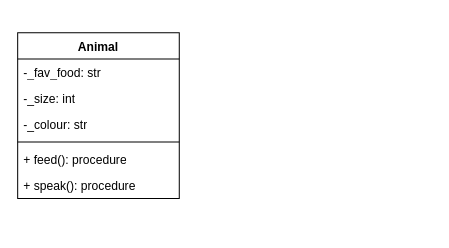
The draw.io diagram Notes/ANIMALCLASS.drawio in vandorena/Computer-Science-A-Level, before the edit. Source tidied: cells renumbered, new cells numbered last; positions are measured from the earlier drawing's top-left corner, leaving out a move shared by most shapes. Both pictures are drawn from the tidied source at 101%, with x=0, y=0 at pixel (17, 32).
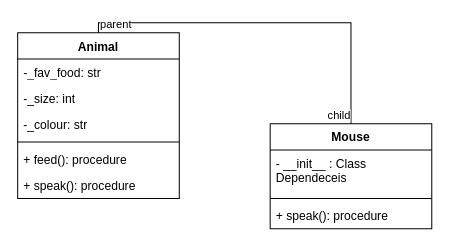
The same page after the edit.

Diff of the diagram source:
```diff
@@
 <mxGraphModel>
   <root>
     <mxCell id="0" />
     <mxCell id="1" parent="0" />
     <mxCell id="2" value="Animal" style="swimlane;fontStyle=1;align=center;verticalAlign=top;horizontal=1;startSize=26;whiteSpace=wrap;html=1;" parent="1" vertex="1">
       <mxGeometry width="160" height="164" as="geometry" />
     </mxCell>
     <mxCell id="3" value="-_fav_food: str" style="text;strokeColor=none;fillColor=none;align=left;verticalAlign=top;spacingLeft=4;spacingRight=4;overflow=hidden;whiteSpace=wrap;html=1;" parent="2" vertex="1">
       <mxGeometry y="26" width="160" height="26" as="geometry" />
     </mxCell>
     <mxCell id="4" value="-_size: int" style="text;strokeColor=none;fillColor=none;align=left;verticalAlign=top;spacingLeft=4;spacingRight=4;overflow=hidden;whiteSpace=wrap;html=1;" parent="2" vertex="1">
       <mxGeometry y="52" width="160" height="26" as="geometry" />
     </mxCell>
     <mxCell id="5" value="-_colour: str" style="text;strokeColor=none;fillColor=none;align=left;verticalAlign=top;spacingLeft=4;spacingRight=4;overflow=hidden;whiteSpace=wrap;html=1;" parent="2" vertex="1">
       <mxGeometry y="78" width="160" height="26" as="geometry" />
     </mxCell>
     <mxCell id="6" style="line;strokeWidth=1;fillColor=none;align=left;verticalAlign=middle;spacingTop=-1;spacingLeft=3;spacingRight=3;labelPosition=right;strokeColor=inherit;" parent="2" vertex="1">
       <mxGeometry y="104" width="160" height="8" as="geometry" />
     </mxCell>
     <mxCell id="7" value="+ feed(): procedure" style="text;strokeColor=none;fillColor=none;align=left;verticalAlign=top;spacingLeft=4;spacingRight=4;overflow=hidden;whiteSpace=wrap;html=1;" parent="2" vertex="1">
       <mxGeometry y="112" width="160" height="26" as="geometry" />
     </mxCell>
     <mxCell id="8" value="+ speak(): procedure" style="text;strokeColor=none;fillColor=none;align=left;verticalAlign=top;spacingLeft=4;spacingRight=4;overflow=hidden;whiteSpace=wrap;html=1;" parent="2" vertex="1">
       <mxGeometry y="138" width="160" height="26" as="geometry" />
     </mxCell>
+    <mxCell id="9" value="Mouse" style="swimlane;fontStyle=1;align=center;verticalAlign=top;horizontal=1;startSize=26;whiteSpace=wrap;html=1;" parent="1" vertex="1">
+      <mxGeometry x="250" y="90" width="160" height="104" as="geometry" />
+    </mxCell>
+    <mxCell id="10" value="- __init__ : Class Dependeceis" style="text;strokeColor=none;fillColor=none;align=left;verticalAlign=top;spacingLeft=4;spacingRight=4;overflow=hidden;whiteSpace=wrap;html=1;" parent="9" vertex="1">
+      <mxGeometry y="26" width="160" height="44" as="geometry" />
+    </mxCell>
+    <mxCell id="11" style="line;strokeWidth=1;fillColor=none;align=left;verticalAlign=middle;spacingTop=-1;spacingLeft=3;spacingRight=3;labelPosition=right;strokeColor=inherit;" parent="9" vertex="1">
+      <mxGeometry y="70" width="160" height="8" as="geometry" />
+    </mxCell>
+    <mxCell id="12" value="+ speak(): procedure" style="text;strokeColor=none;fillColor=none;align=left;verticalAlign=top;spacingLeft=4;spacingRight=4;overflow=hidden;whiteSpace=wrap;html=1;" parent="9" vertex="1">
+      <mxGeometry y="78" width="160" height="26" as="geometry" />
+    </mxCell>
+    <mxCell id="13" style="endArrow=none;html=1;edgeStyle=orthogonalEdgeStyle;rounded=0;entryX=0.5;entryY=0;entryDx=0;entryDy=0;exitX=0.5;exitY=0;exitDx=0;exitDy=0;" parent="1" edge="1" source="2" target="9">
+      <mxGeometry relative="1" as="geometry" />
+    </mxCell>
+    <mxCell id="14" value="parent" style="edgeLabel;html=1;align=left;verticalAlign=bottom;" parent="13" vertex="1">
+      <mxGeometry x="-1" relative="1" as="geometry" />
+    </mxCell>
+    <mxCell id="15" value="child" style="edgeLabel;html=1;align=right;verticalAlign=bottom;" parent="13" vertex="1">
+      <mxGeometry x="1" relative="1" as="geometry" />
+    </mxCell>
   </root>
 </mxGraphModel>
```
